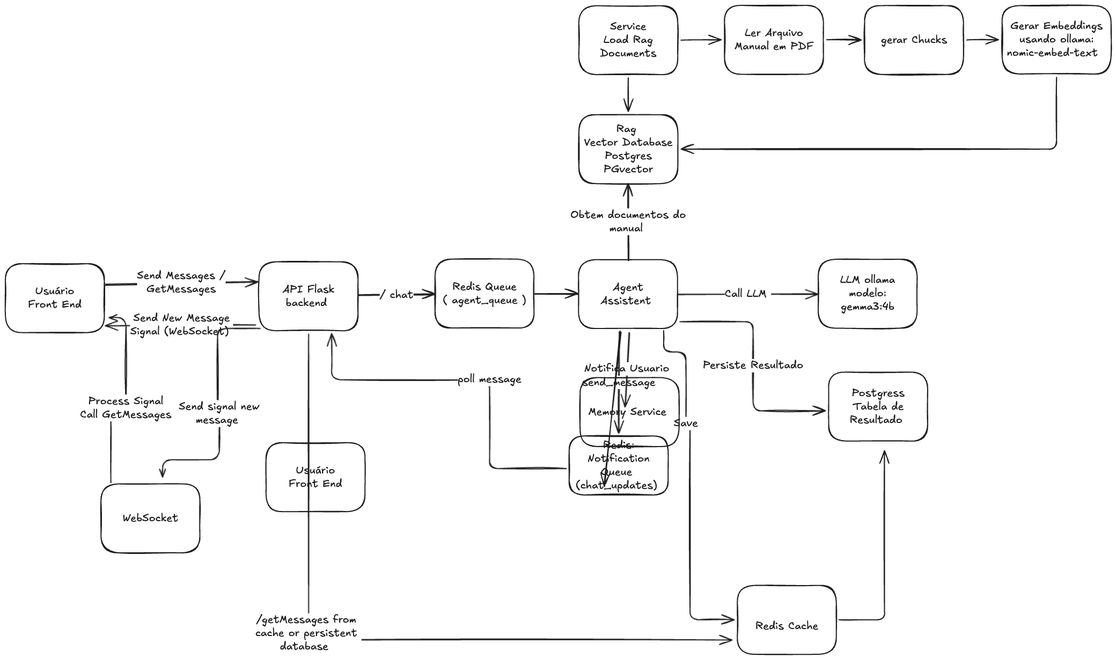
pablosls/agente_suporte keeps this Excalidraw diagram as arquitetura.excalidraw.png. Above is the earlier version. Source tidied: one line per element, renumbered; positions are measured from the earlier drawing's top-left corner, leaving out a move shared by most shapes.
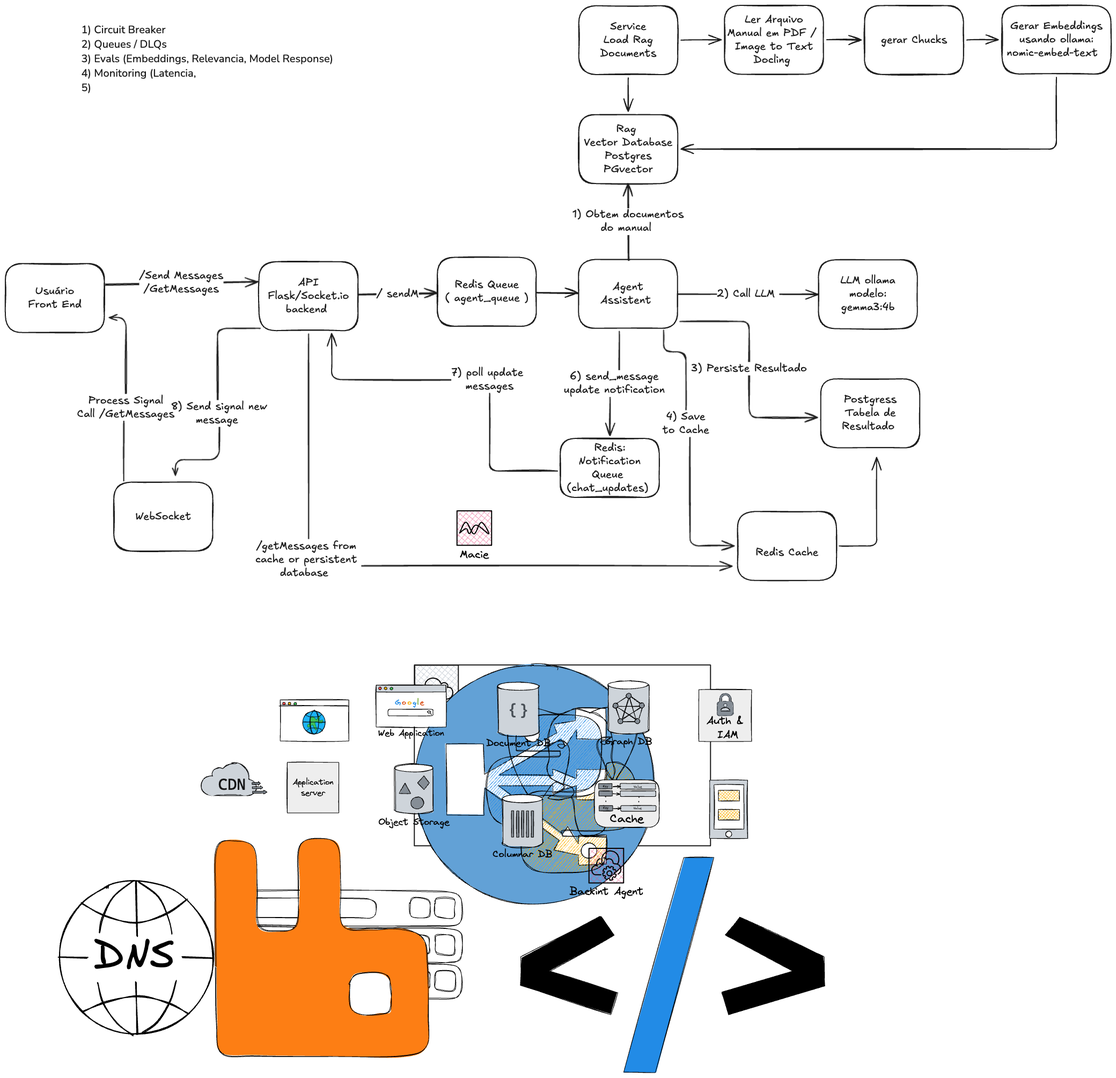
The same file after the commit.

Commit message:
back model gemma3:1b

What changed in the source:
```diff
@@ -1,39 +1,39 @@
 {"id": 0, "type": "rectangle", "strokeColor": "#1e1e1e", "strokeWidth": 2, "roughness": 1, "round": true, "x": 473, "y": 478, "width": 184, "height": 128}
-{"id": 1, "type": "text", "text": "API Flask\nbackend ", "strokeColor": "#1e1e1e", "strokeWidth": 2, "roughness": 1, "fontSize": 20, "fontFamily": 5, "textAlign": "center", "verticalAlign": "middle", "inside": 0, "x": 516, "y": 517, "width": 97, "height": 50}
+{"id": 1, "type": "text", "text": "API\nFlask/Socket.io\nbackend ", "strokeColor": "#1e1e1e", "strokeWidth": 2, "roughness": 1, "fontSize": 20, "fontFamily": 5, "textAlign": "center", "verticalAlign": "middle", "inside": 0, "x": 489, "y": 504, "width": 151, "height": 75}
 {"id": 2, "type": "rectangle", "strokeColor": "#1e1e1e", "strokeWidth": 2, "roughness": 1, "round": true, "x": 0, "y": 481, "width": 184, "height": 128}
 {"id": 3, "type": "text", "text": "Usuário\nFront End", "strokeColor": "#1e1e1e", "strokeWidth": 2, "roughness": 1, "fontSize": 20, "fontFamily": 5, "textAlign": "center", "verticalAlign": "middle", "inside": 2, "x": 42, "y": 520, "width": 100, "height": 50}
-{"id": 4, "type": "rectangle", "strokeColor": "#1e1e1e", "strokeWidth": 2, "roughness": 1, "round": true, "x": 801, "y": 473, "width": 184, "height": 128}
+{"id": 4, "type": "rectangle", "strokeColor": "#1e1e1e", "strokeWidth": 2, "roughness": 1, "round": true, "x": 805, "y": 470, "width": 184, "height": 128}
-{"id": 5, "type": "text", "text": "Redis Queue\n( agent_queue )", "strokeColor": "#1e1e1e", "strokeWidth": 2, "roughness": 1, "fontSize": 20, "fontFamily": 5, "textAlign": "center", "verticalAlign": "middle", "inside": 4, "x": 815, "y": 512, "width": 155, "height": 50}
+{"id": 5, "type": "text", "text": "Redis Queue\n( agent_queue )", "strokeColor": "#1e1e1e", "strokeWidth": 2, "roughness": 1, "fontSize": 20, "fontFamily": 5, "textAlign": "center", "verticalAlign": "middle", "inside": 4, "x": 820, "y": 509, "width": 155, "height": 50}
-{"id": 6, "type": "rectangle", "strokeColor": "#1e1e1e", "strokeWidth": 2, "roughness": 1, "round": true, "x": 1068, "y": 474, "width": 184, "height": 128}
+{"id": 6, "type": "rectangle", "strokeColor": "#1e1e1e", "strokeWidth": 2, "roughness": 1, "round": true, "x": 1068, "y": 473, "width": 184, "height": 128}
 {"id": 7, "type": "text", "text": "Agent\nAssistent ", "strokeColor": "#1e1e1e", "strokeWidth": 2, "roughness": 1, "fontSize": 20, "fontFamily": 5, "textAlign": "center", "verticalAlign": "middle", "inside": 6, "x": 1109, "y": 513, "width": 102, "height": 50}
 {"id": 8, "type": "rectangle", "strokeColor": "#1e1e1e", "strokeWidth": 2, "roughness": 1, "round": true, "x": 1069, "y": 204, "width": 184, "height": 128}
 {"id": 9, "type": "text", "text": "Rag \nVector Database\nPostgres\nPGvector", "strokeColor": "#1e1e1e", "strokeWidth": 2, "roughness": 1, "fontSize": 20, "fontFamily": 5, "textAlign": "center", "verticalAlign": "middle", "inside": 8, "x": 1078, "y": 218, "width": 165, "height": 100}
-{"id": 10, "type": "rectangle", "strokeColor": "#1e1e1e", "strokeWidth": 2, "roughness": 1, "round": true, "x": 1515, "y": 473, "width": 184, "height": 128}
+{"id": 10, "type": "rectangle", "strokeColor": "#1e1e1e", "strokeWidth": 2, "roughness": 1, "round": true, "x": 1515, "y": 474, "width": 184, "height": 128}
-{"id": 11, "type": "text", "text": "LLM ollama\nmodelo:\ngemma3:4b", "strokeColor": "#1e1e1e", "strokeWidth": 2, "roughness": 1, "fontSize": 20, "fontFamily": 5, "textAlign": "center", "verticalAlign": "middle", "inside": 10, "x": 1556, "y": 500, "width": 102, "height": 75}
+{"id": 11, "type": "text", "text": "LLM ollama\nmodelo:\ngemma3:4b", "strokeColor": "#1e1e1e", "strokeWidth": 2, "roughness": 1, "fontSize": 20, "fontFamily": 5, "textAlign": "center", "verticalAlign": "middle", "inside": 10, "x": 1556, "y": 501, "width": 102, "height": 75}
 {"id": 12, "type": "arrow", "strokeColor": "#1e1e1e", "strokeWidth": 2, "roughness": 1, "endArrowhead": "arrow", "round": true, "from": 2, "to": 0, "x": 185, "y": 519, "width": 285, "height": 5, "points": [[0, 0], [285, -5]]}
-{"id": 13, "type": "text", "text": "Send Messages /\nGetMessages", "strokeColor": "#1e1e1e", "strokeWidth": 2, "roughness": 1, "fontSize": 20, "fontFamily": 5, "textAlign": "center", "verticalAlign": "middle", "inside": 12, "x": 244, "y": 492, "width": 165, "height": 50}
+{"id": 13, "type": "text", "text": "/Send Messages\n/GetMessages", "strokeColor": "#1e1e1e", "strokeWidth": 2, "roughness": 1, "fontSize": 20, "fontFamily": 5, "textAlign": "center", "verticalAlign": "middle", "inside": 12, "x": 249, "y": 492, "width": 157, "height": 50}
-{"id": 14, "type": "arrow", "strokeColor": "#1e1e1e", "strokeWidth": 2, "roughness": 1, "endArrowhead": "arrow", "round": true, "from": 0, "to": 4, "x": 657, "y": 541, "width": 144, "height": 3, "points": [[0, 0], [144, -3]]}
+{"id": 14, "type": "arrow", "strokeColor": "#1e1e1e", "strokeWidth": 2, "roughness": 1, "endArrowhead": "arrow", "round": true, "from": 0, "to": 4, "x": 657, "y": 540, "width": 148, "height": 4, "points": [[0, 0], [148, -4]]}
-{"id": 15, "type": "text", "text": "/ chat", "strokeColor": "#1e1e1e", "strokeWidth": 2, "roughness": 1, "fontSize": 20, "fontFamily": 5, "textAlign": "center", "verticalAlign": "middle", "inside": 14, "x": 733, "y": 532, "width": 63, "height": 25}
+{"id": 15, "type": "text", "text": "/ sendM", "strokeColor": "#1e1e1e", "strokeWidth": 2, "roughness": 1, "fontSize": 20, "fontFamily": 5, "textAlign": "center", "verticalAlign": "middle", "inside": 14, "x": 692, "y": 526, "width": 79, "height": 25}
-{"id": 16, "type": "arrow", "strokeColor": "#1e1e1e", "strokeWidth": 2, "roughness": 1, "endArrowhead": "arrow", "round": true, "from": 4, "to": 6, "x": 985, "y": 537, "width": 83, "height": 0, "points": [[0, 0], [83, 0]]}
+{"id": 16, "type": "arrow", "strokeColor": "#1e1e1e", "strokeWidth": 2, "roughness": 1, "endArrowhead": "arrow", "round": true, "from": 4, "to": 6, "x": 990, "y": 535, "width": 79, "height": 1, "points": [[0, 0], [79, 1]]}
-{"id": 17, "type": "arrow", "strokeColor": "#1e1e1e", "strokeWidth": 2, "roughness": 1, "endArrowhead": "arrow", "round": true, "from": 6, "to": 8, "x": 1161, "y": 474, "width": 0, "height": 142, "points": [[0, 0], [0, -142]]}
+{"id": 17, "type": "arrow", "strokeColor": "#1e1e1e", "strokeWidth": 2, "roughness": 1, "endArrowhead": "arrow", "round": true, "from": 6, "to": 8, "x": 1161, "y": 473, "width": 0, "height": 141, "points": [[0, 0], [0, -141]]}
-{"id": 18, "type": "text", "text": "Obtem documentos do\nmanual ", "strokeColor": "#1e1e1e", "strokeWidth": 2, "roughness": 1, "fontSize": 20, "fontFamily": 5, "textAlign": "center", "verticalAlign": "middle", "inside": 17, "x": 1054, "y": 388, "width": 215, "height": 50}
+{"id": 18, "type": "text", "text": "1) Obtem documentos\ndo manual ", "strokeColor": "#1e1e1e", "strokeWidth": 2, "roughness": 1, "fontSize": 20, "fontFamily": 5, "textAlign": "center", "verticalAlign": "middle", "inside": 17, "x": 1057, "y": 378, "width": 208, "height": 50}
-{"id": 19, "type": "arrow", "strokeColor": "#1e1e1e", "strokeWidth": 2, "roughness": 1, "endArrowhead": "arrow", "round": true, "from": 6, "to": 10, "x": 1253, "y": 538, "width": 262, "height": 0, "points": [[0, 0], [262, 0]]}
+{"id": 19, "type": "arrow", "strokeColor": "#1e1e1e", "strokeWidth": 2, "roughness": 1, "endArrowhead": "arrow", "round": true, "from": 6, "to": 10, "x": 1253, "y": 538, "width": 263, "height": 0, "points": [[0, 0], [263, 0]]}
-{"id": 20, "type": "text", "text": "Call LLM ", "strokeColor": "#1e1e1e", "strokeWidth": 2, "roughness": 1, "fontSize": 20, "fontFamily": 5, "textAlign": "center", "verticalAlign": "middle", "inside": 19, "x": 1341, "y": 525, "width": 86, "height": 25}
+{"id": 20, "type": "text", "text": "2) Call LLM ", "strokeColor": "#1e1e1e", "strokeWidth": 2, "roughness": 1, "fontSize": 20, "fontFamily": 5, "textAlign": "center", "verticalAlign": "middle", "inside": 19, "x": 1326, "y": 526, "width": 116, "height": 25}
-{"id": 21, "type": "arrow", "strokeColor": "#1e1e1e", "strokeWidth": 2, "roughness": 1, "endArrowhead": "arrow", "from": 0, "to": 25, "x": 565, "y": 612, "width": 789, "height": 570, "points": [[0, 0], [0, 570], [789, 570]]}
+{"id": 21, "type": "arrow", "strokeColor": "#1e1e1e", "strokeWidth": 2, "roughness": 1, "endArrowhead": "arrow", "from": 0, "to": 25, "x": 565, "y": 612, "width": 790, "height": 433, "points": [[0, 0], [0, 433], [790, 433]]}
 {"id": 22, "type": "text", "text": "/getMessages from \ncache or persistent \ndatabase  \n  ", "strokeColor": "#1e1e1e", "strokeWidth": 2, "roughness": 1, "fontSize": 20, "fontFamily": 5, "textAlign": "center", "verticalAlign": "middle", "inside": 21, "x": 466, "y": 1132, "width": 198, "height": 100}
-{"id": 23, "type": "rectangle", "strokeColor": "#1e1e1e", "strokeWidth": 2, "roughness": 1, "round": true, "x": 1534, "y": 683, "width": 184, "height": 128}
+{"id": 23, "type": "rectangle", "strokeColor": "#1e1e1e", "strokeWidth": 2, "roughness": 1, "round": true, "x": 1520, "y": 696, "width": 184, "height": 128}
-{"id": 24, "type": "text", "text": "Postgress\nTabela de\nResultado ", "strokeColor": "#1e1e1e", "strokeWidth": 2, "roughness": 1, "fontSize": 20, "fontFamily": 5, "textAlign": "center", "verticalAlign": "middle", "inside": 23, "x": 1573, "y": 710, "width": 106, "height": 75}
+{"id": 24, "type": "text", "text": "Postgress\nTabela de\nResultado ", "strokeColor": "#1e1e1e", "strokeWidth": 2, "roughness": 1, "fontSize": 20, "fontFamily": 5, "textAlign": "center", "verticalAlign": "middle", "inside": 23, "x": 1559, "y": 723, "width": 106, "height": 75}
-{"id": 25, "type": "rectangle", "strokeColor": "#1e1e1e", "strokeWidth": 2, "roughness": 1, "round": true, "x": 1364, "y": 1081, "width": 184, "height": 128}
+{"id": 25, "type": "rectangle", "strokeColor": "#1e1e1e", "strokeWidth": 2, "roughness": 1, "round": true, "x": 1365, "y": 943, "width": 184, "height": 128}
-{"id": 26, "type": "text", "text": "\nRedis Cache", "strokeColor": "#1e1e1e", "strokeWidth": 2, "roughness": 1, "fontSize": 20, "fontFamily": 5, "textAlign": "center", "verticalAlign": "middle", "inside": 25, "x": 1398, "y": 1120, "width": 118, "height": 50}
+{"id": 26, "type": "text", "text": "\nRedis Cache", "strokeColor": "#1e1e1e", "strokeWidth": 2, "roughness": 1, "fontSize": 20, "fontFamily": 5, "textAlign": "center", "verticalAlign": "middle", "inside": 25, "x": 1398, "y": 983, "width": 118, "height": 50}
-{"id": 27, "type": "arrow", "strokeColor": "#1e1e1e", "strokeWidth": 2, "roughness": 1, "endArrowhead": "arrow", "from": 6, "to": 23, "x": 1257, "y": 588, "width": 271, "height": 166, "points": [[0, 0], [136, 0], [136, 166], [271, 166]]}
+{"id": 27, "type": "arrow", "strokeColor": "#1e1e1e", "strokeWidth": 2, "roughness": 1, "endArrowhead": "arrow", "from": 6, "to": 23, "x": 1257, "y": 588, "width": 257, "height": 179, "points": [[0, 0], [129, 0], [129, 179], [257, 179]]}
-{"id": 28, "type": "text", "text": "Persiste Resultado", "strokeColor": "#1e1e1e", "strokeWidth": 2, "roughness": 1, "fontSize": 20, "fontFamily": 5, "textAlign": "center", "verticalAlign": "middle", "inside": 27, "x": 1300, "y": 659, "width": 187, "height": 25}
+{"id": 28, "type": "text", "text": "3) Persiste Resultado", "strokeColor": "#1e1e1e", "strokeWidth": 2, "roughness": 1, "fontSize": 20, "fontFamily": 5, "textAlign": "center", "verticalAlign": "middle", "inside": 27, "x": 1279, "y": 665, "width": 215, "height": 25}
-{"id": 29, "type": "arrow", "strokeColor": "#1e1e1e", "strokeWidth": 2, "roughness": 1, "endArrowhead": "arrow", "from": 6, "to": 25, "x": 1227, "y": 606, "width": 132, "height": 539, "points": [[0, 0], [0, 40], [42, 40], [42, 173], [49, 173], [49, 539], [132, 539]]}
+{"id": 29, "type": "arrow", "strokeColor": "#1e1e1e", "strokeWidth": 2, "roughness": 1, "endArrowhead": "arrow", "from": 6, "to": 25, "x": 1227, "y": 605, "width": 132, "height": 402, "points": [[0, 0], [0, 40], [42, 40], [42, 174], [49, 174], [49, 402], [132, 402]]}
-{"id": 30, "type": "text", "text": "Save", "strokeColor": "#1e1e1e", "strokeWidth": 2, "roughness": 1, "fontSize": 20, "fontFamily": 5, "textAlign": "center", "verticalAlign": "middle", "inside": 29, "x": 1253, "y": 633, "width": 45, "height": 25}
+{"id": 30, "type": "text", "text": "4) Save\nto Cache", "strokeColor": "#1e1e1e", "strokeWidth": 2, "roughness": 1, "fontSize": 20, "fontFamily": 5, "textAlign": "center", "verticalAlign": "middle", "inside": 29, "x": 1225, "y": 754, "width": 87, "height": 50}
 {"id": 31, "type": "rectangle", "strokeColor": "#1e1e1e", "strokeWidth": 2, "roughness": 1, "round": true, "x": 1069, "y": 1, "width": 184, "height": 128}
 {"id": 32, "type": "text", "text": "Service\nLoad Rag\nDocuments", "strokeColor": "#1e1e1e", "strokeWidth": 2, "roughness": 1, "fontSize": 20, "fontFamily": 5, "textAlign": "center", "verticalAlign": "middle", "inside": 31, "x": 1108, "y": 27, "width": 105, "height": 75}
 {"id": 33, "type": "arrow", "strokeColor": "#1e1e1e", "strokeWidth": 2, "roughness": 1, "endArrowhead": "arrow", "from": 31, "to": 8, "x": 1161, "y": 135, "width": 0, "height": 63, "points": [[0, 0], [0, 63]]}
 {"id": 34, "type": "rectangle", "strokeColor": "#1e1e1e", "strokeWidth": 2, "roughness": 1, "round": true, "x": 1340, "y": 0, "width": 184, "height": 128}
-{"id": 35, "type": "text", "text": "Ler Arquivo\nManual em PDF", "strokeColor": "#1e1e1e", "strokeWidth": 2, "roughness": 1, "fontSize": 20, "fontFamily": 5, "textAlign": "center", "verticalAlign": "middle", "inside": 34, "x": 1359, "y": 39, "width": 147, "height": 50}
+{"id": 35, "type": "text", "text": "Ler Arquivo\nManual em PDF / \nImage to Text\nDocling ", "strokeColor": "#1e1e1e", "strokeWidth": 2, "roughness": 1, "fontSize": 20, "fontFamily": 5, "textAlign": "center", "verticalAlign": "middle", "inside": 34, "x": 1345, "y": 14, "width": 174, "height": 100}
 {"id": 36, "type": "rectangle", "strokeColor": "#1e1e1e", "strokeWidth": 2, "roughness": 1, "round": true, "x": 1858, "y": 0, "width": 203, "height": 128}
 {"id": 37, "type": "text", "text": "Gerar Embeddings\nusando ollama:\nnomic-embed-text  ", "strokeColor": "#1e1e1e", "strokeWidth": 2, "roughness": 1, "fontSize": 20, "fontFamily": 5, "textAlign": "center", "verticalAlign": "middle", "inside": 36, "x": 1866, "y": 27, "width": 186, "height": 75}
 {"id": 38, "type": "rectangle", "strokeColor": "#1e1e1e", "strokeWidth": 2, "roughness": 1, "round": true, "x": 1601, "y": 0, "width": 184, "height": 128}
@@ -42,16 +42,17 @@
 {"id": 41, "type": "arrow", "strokeColor": "#1e1e1e", "strokeWidth": 2, "roughness": 1, "endArrowhead": "arrow", "from": 31, "to": 34, "x": 1259, "y": 65, "width": 75, "height": 1, "points": [[0, 0], [75, -1]]}
 {"id": 42, "type": "arrow", "strokeColor": "#1e1e1e", "strokeWidth": 2, "roughness": 1, "endArrowhead": "arrow", "from": 34, "to": 38, "x": 1531, "y": 64, "width": 65, "height": 0, "points": [[0, 0], [65, 0]]}
 {"id": 43, "type": "arrow", "strokeColor": "#1e1e1e", "strokeWidth": 2, "roughness": 1, "endArrowhead": "arrow", "from": 38, "to": 36, "x": 1792, "y": 65, "width": 59, "height": 0, "points": [[0, 0], [59, 0]]}
-{"id": 44, "type": "rectangle", "strokeColor": "#1e1e1e", "strokeWidth": 2, "roughness": 1, "round": true, "x": 1051, "y": 802, "width": 184, "height": 110}
+{"id": 44, "type": "rectangle", "strokeColor": "#1e1e1e", "strokeWidth": 2, "roughness": 1, "round": true, "x": 1034, "y": 807, "width": 184, "height": 110}
-{"id": 45, "type": "text", "text": "Redis:\nNotification\nQueue \n(chat_updates) ", "strokeColor": "#1e1e1e", "strokeWidth": 2, "roughness": 1, "fontSize": 20, "fontFamily": 5, "textAlign": "center", "verticalAlign": "middle", "inside": 44, "x": 1063, "y": 807, "width": 160, "height": 100}
+{"id": 45, "type": "text", "text": "Redis:\nNotification\nQueue \n(chat_updates) ", "strokeColor": "#1e1e1e", "strokeWidth": 2, "roughness": 1, "fontSize": 20, "fontFamily": 5, "textAlign": "center", "verticalAlign": "middle", "inside": 44, "x": 1046, "y": 812, "width": 160, "height": 100}
-{"id": 46, "type": "arrow", "strokeColor": "#1e1e1e", "strokeWidth": 2, "roughness": 1, "endArrowhead": "arrow", "from": 6, "to": 44, "x": 1144, "y": 608, "width": 1, "height": 189, "points": [[0, 0], [-1, 189]]}
+{"id": 46, "type": "arrow", "strokeColor": "#1e1e1e", "strokeWidth": 2, "roughness": 1, "endArrowhead": "arrow", "from": 6, "to": 44, "x": 1144, "y": 608, "width": 18, "height": 194, "points": [[0, 0], [0, 97], [-18, 97], [-18, 194]]}
-{"id": 47, "type": "text", "text": "send_message", "strokeColor": "#1e1e1e", "strokeWidth": 2, "roughness": 1, "fontSize": 20, "fontFamily": 5, "textAlign": "center", "verticalAlign": "middle", "inside": 46, "x": 959, "y": 699, "width": 137, "height": 25}
+{"id": 47, "type": "text", "text": "6) send_message\nupdate notification", "strokeColor": "#1e1e1e", "strokeWidth": 2, "roughness": 1, "fontSize": 20, "fontFamily": 5, "textAlign": "center", "verticalAlign": "middle", "inside": 46, "x": 1041, "y": 680, "width": 188, "height": 50}
-{"id": 48, "type": "arrow", "strokeColor": "#1e1e1e", "strokeWidth": 2, "roughness": 1, "endArrowhead": "arrow", "from": 25, "to": 23, "x": 1554, "y": 1145, "width": 85, "height": 315, "points": [[0, 0], [85, 0], [85, -315]]}
+{"id": 48, "type": "arrow", "strokeColor": "#1e1e1e", "strokeWidth": 2, "roughness": 1, "endArrowhead": "arrow", "from": 25, "to": 23, "x": 1554, "y": 1007, "width": 70, "height": 165, "points": [[0, 0], [70, 0], [70, -165]]}
-{"id": 49, "type": "arrow", "strokeColor": "#1e1e1e", "strokeWidth": 2, "roughness": 1, "endArrowhead": "arrow", "from": 44, "to": 0, "x": 1046, "y": 863, "width": 438, "height": 251, "points": [[0, 0], [-143, 0], [-143, -166], [-438, -166], [-438, -251]]}
+{"id": 49, "type": "arrow", "strokeColor": "#1e1e1e", "strokeWidth": 2, "roughness": 1, "endArrowhead": "arrow", "from": 44, "to": 0, "x": 1029, "y": 868, "width": 421, "height": 256, "points": [[0, 0], [-127, 0], [-127, -170], [-421, -170], [-421, -256]]}
-{"id": 50, "type": "text", "text": "poll message", "strokeColor": "#1e1e1e", "strokeWidth": 2, "roughness": 1, "fontSize": 20, "fontFamily": 5, "textAlign": "center", "verticalAlign": "middle", "inside": 49, "x": 548, "y": 866, "width": 119, "height": 25}
+{"id": 50, "type": "text", "text": "7) poll update \nmessages", "strokeColor": "#1e1e1e", "strokeWidth": 2, "roughness": 1, "fontSize": 20, "fontFamily": 5, "textAlign": "center", "verticalAlign": "middle", "inside": 49, "x": 831, "y": 672, "width": 142, "height": 50}
-{"id": 51, "type": "rectangle", "strokeColor": "#1e1e1e", "strokeWidth": 2, "roughness": 1, "round": true, "x": 178, "y": 892, "width": 184, "height": 128}
+{"id": 51, "type": "rectangle", "strokeColor": "#1e1e1e", "strokeWidth": 2, "roughness": 1, "round": true, "x": 202, "y": 889, "width": 184, "height": 128}
-{"id": 52, "type": "text", "text": "WebSocket", "strokeColor": "#1e1e1e", "strokeWidth": 2, "roughness": 1, "fontSize": 20, "fontFamily": 5, "textAlign": "center", "verticalAlign": "middle", "inside": 51, "x": 218, "y": 943, "width": 104, "height": 25}
+{"id": 52, "type": "text", "text": "WebSocket", "strokeColor": "#1e1e1e", "strokeWidth": 2, "roughness": 1, "fontSize": 20, "fontFamily": 5, "textAlign": "center", "verticalAlign": "middle", "inside": 51, "x": 242, "y": 940, "width": 104, "height": 25}
-{"id": 53, "type": "arrow", "strokeColor": "#1e1e1e", "strokeWidth": 2, "roughness": 1, "endArrowhead": "arrow", "from": 0, "to": 51, "x": 475, "y": 602, "width": 182, "height": 277, "points": [[0, 0], [-80, 0], [-80, 159], [-76, 159], [-76, 245], [-182, 245], [-182, 277]]}
+{"id": 53, "type": "arrow", "strokeColor": "#1e1e1e", "strokeWidth": 2, "roughness": 1, "endArrowhead": "arrow", "from": 0, "to": 51, "x": 475, "y": 602, "width": 158, "height": 274, "points": [[0, 0], [-80, 0], [-80, 159], [-76, 159], [-76, 245], [-158, 245], [-158, 274]]}
-{"id": 54, "type": "text", "text": "Send signal new\nmessage ", "strokeColor": "#1e1e1e", "strokeWidth": 2, "roughness": 1, "fontSize": 20, "fontFamily": 5, "textAlign": "center", "verticalAlign": "middle", "inside": 53, "x": 269, "y": 577, "width": 150, "height": 50}
+{"id": 54, "type": "text", "text": "8) Send signal new\nmessage ", "strokeColor": "#1e1e1e", "strokeWidth": 2, "roughness": 1, "fontSize": 20, "fontFamily": 5, "textAlign": "center", "verticalAlign": "middle", "inside": 53, "x": 309, "y": 735, "width": 179, "height": 50}
-{"id": 55, "type": "arrow", "strokeColor": "#1e1e1e", "strokeWidth": 2, "roughness": 1, "endArrowhead": "arrow", "from": 51, "to": 2, "x": 196, "y": 889, "width": 32, "height": 308, "points": [[0, 0], [0, -139], [28, -139], [28, -308], [-4, -308]]}
+{"id": 55, "type": "arrow", "strokeColor": "#1e1e1e", "strokeWidth": 2, "roughness": 1, "endArrowhead": "arrow", "from": 51, "to": 2, "x": 220, "y": 886, "width": 32, "height": 305, "points": [[0, 0], [0, -137], [4, -137], [4, -305], [-27, -305]]}
-{"id": 56, "type": "text", "text": "Process Signal\nCall GetMessages", "strokeColor": "#1e1e1e", "strokeWidth": 2, "roughness": 1, "fontSize": 20, "fontFamily": 5, "textAlign": "center", "verticalAlign": "middle", "inside": 55, "x": 139, "y": 693, "width": 170, "height": 50}
+{"id": 56, "type": "text", "text": "Process Signal\nCall /GetMessages", "strokeColor": "#1e1e1e", "strokeWidth": 2, "roughness": 1, "fontSize": 20, "fontFamily": 5, "textAlign": "center", "verticalAlign": "middle", "inside": 55, "x": 134, "y": 724, "width": 182, "height": 50}
+{"id": 57, "type": "text", "text": "1) Circuit Breaker\n2) Queues / DLQs\n3) Evals (Embeddings, Relevancia, Model Response)   \n4) Monitoring (Latencia, \n5) \n", "strokeColor": "#1e1e1e", "strokeWidth": 2, "roughness": 1, "fontSize": 20, "fontFamily": 6, "x": 142, "y": 32, "width": 485, "height": 162}
```
